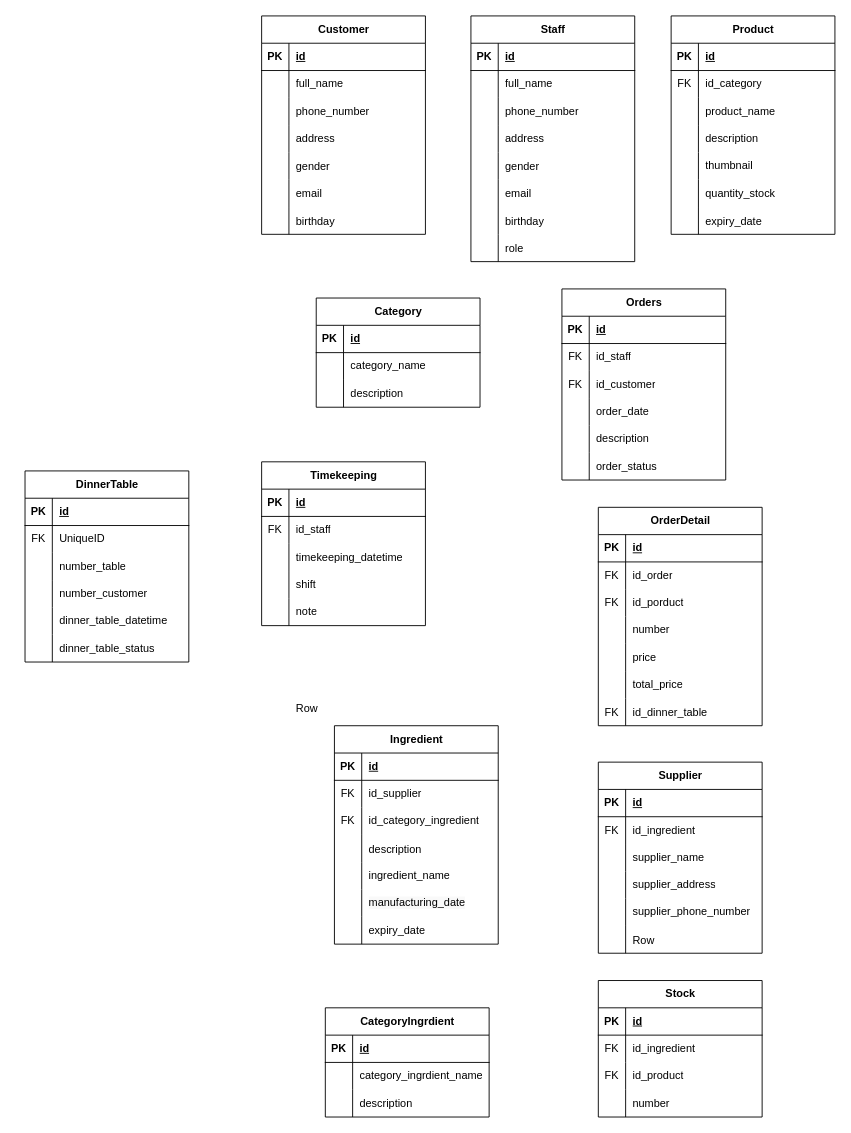
Above: ShopCoffee.drawio in Anhcoder2005/shopcoffee (draw.io), before the change. Source tidied: cells renumbered, new cells numbered last; positions are measured from the earlier drawing's top-left corner, leaving out a move shared by most shapes. Both pictures are drawn from the tidied source at 91%, with x=0, y=0 at pixel (25, 15).
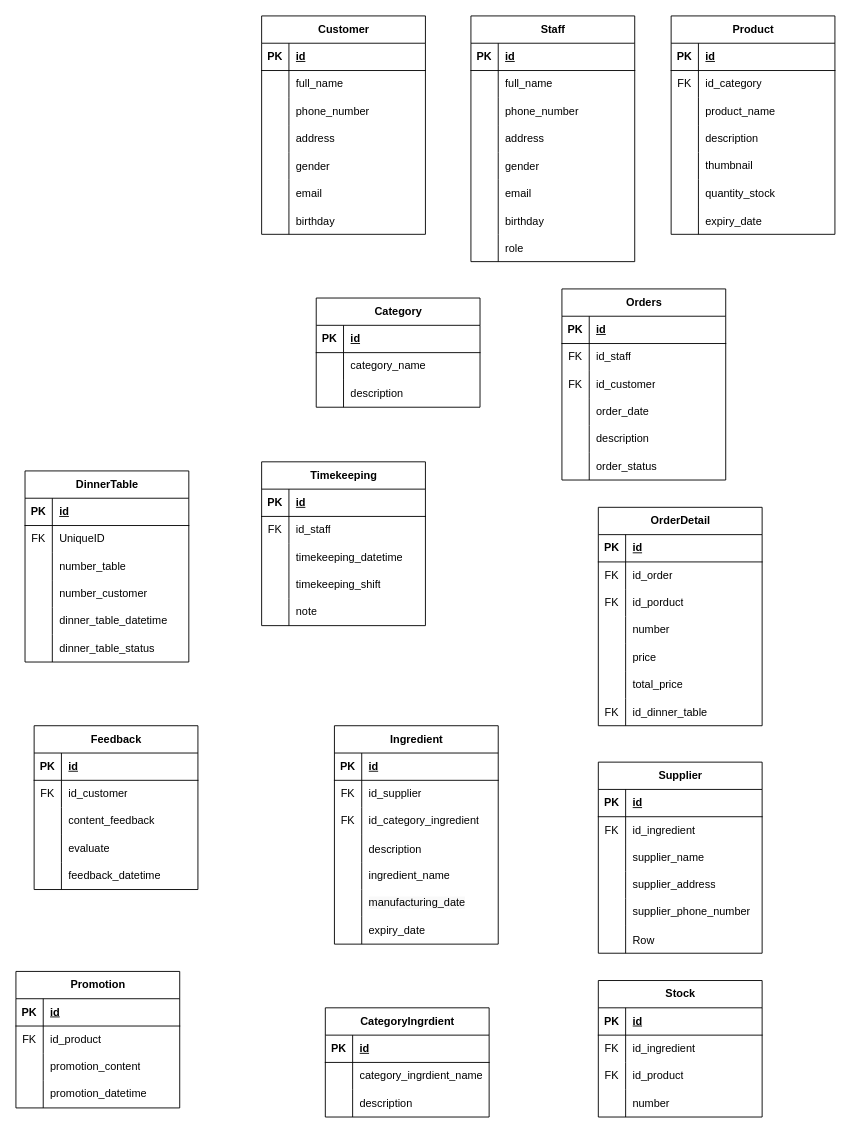
The same page after the edit.

Unchanged cells that the change refers to:
```xml
<mxCell id="200" style="shape=tableRow;horizontal=0;startSize=0;swimlaneHead=0;swimlaneBody=0;fillColor=none;top=0;left=0;right=0;bottom=0;" parent="190" vertex="1">
  <mxGeometry y="120" width="180" height="30" as="geometry" />
</mxCell>
```

Change to the diagram source:
```diff
@@
-    <mxCell id="49" style="shape=table;startSize=0;childLayout=tableLayout;rowLines=0;fontStyle=0;align=center;strokeColor=none;fillColor=none;whiteSpace=wrap;html=1;" parent="1" vertex="1">
-      <mxGeometry x="260" y="750" width="180" height="20" as="geometry" />
-    </mxCell>
-    <mxCell id="50" style="shape=tableRow;horizontal=0;startSize=0;swimlaneHead=0;swimlaneBody=0;fillColor=none;top=0;left=0;right=0;bottom=0;" parent="49" vertex="1">
-      <mxGeometry width="180" height="20" as="geometry" />
-    </mxCell>
-    <mxCell id="51" style="shape=partialRectangle;fillColor=none;top=0;left=0;bottom=0;right=0;overflow=hidden;" parent="50" vertex="1">
-      <mxGeometry width="30" height="20" as="geometry" />
-    </mxCell>
-    <mxCell id="52" value="Row" style="shape=partialRectangle;fillColor=none;top=0;left=0;bottom=0;right=0;align=left;spacingLeft=6;overflow=hidden;" parent="50" vertex="1">
-      <mxGeometry x="30" width="150" height="20" as="geometry" />
-    </mxCell>
@@
-    <mxCell id="202" value="shift" style="shape=partialRectangle;fillColor=none;top=0;left=0;bottom=0;right=0;align=left;spacingLeft=6;overflow=hidden;whiteSpace=wrap;html=1;" parent="200" vertex="1">
+    <mxCell id="202" value="timekeeping_shift" style="shape=partialRectangle;fillColor=none;top=0;left=0;bottom=0;right=0;align=left;spacingLeft=6;overflow=hidden;whiteSpace=wrap;html=1;" parent="200" vertex="1">
       <mxGeometry x="30" width="150" height="30" as="geometry" />
     </mxCell>
@@
+    <mxCell id="225" value="Feedback" style="shape=table;startSize=30;childLayout=tableLayout;rowLines=0;fontStyle=1;align=center;html=1;" parent="1" vertex="1">
+      <mxGeometry x="10" y="780" width="180" height="180" as="geometry" />
+    </mxCell>
+    <mxCell id="226" style="shape=tableRow;horizontal=0;startSize=0;swimlaneHead=0;swimlaneBody=0;fillColor=none;top=0;left=0;right=0;bottom=1;" parent="225" vertex="1">
+      <mxGeometry y="30" width="180" height="30" as="geometry" />
+    </mxCell>
+    <mxCell id="227" value="PK" style="shape=partialRectangle;fillColor=none;top=0;left=0;bottom=0;right=0;fontStyle=1;overflow=hidden;whiteSpace=wrap;html=1;" parent="226" vertex="1">
+      <mxGeometry width="30" height="30" as="geometry" />
+    </mxCell>
+    <mxCell id="228" value="id" style="shape=partialRectangle;fillColor=none;top=0;left=0;bottom=0;right=0;align=left;spacingLeft=6;fontStyle=5;overflow=hidden;whiteSpace=wrap;html=1;" parent="226" vertex="1">
+      <mxGeometry x="30" width="150" height="30" as="geometry" />
+    </mxCell>
+    <mxCell id="229" style="shape=tableRow;horizontal=0;startSize=0;swimlaneHead=0;swimlaneBody=0;fillColor=none;top=0;left=0;right=0;bottom=0;" parent="225" vertex="1">
+      <mxGeometry y="60" width="180" height="30" as="geometry" />
+    </mxCell>
+    <mxCell id="230" value="FK" style="shape=partialRectangle;fillColor=none;top=0;left=0;bottom=0;right=0;fontStyle=0;overflow=hidden;whiteSpace=wrap;html=1;" parent="229" vertex="1">
+      <mxGeometry width="30" height="30" as="geometry" />
+    </mxCell>
+    <mxCell id="231" value="id_customer" style="shape=partialRectangle;fillColor=none;top=0;left=0;bottom=0;right=0;align=left;spacingLeft=6;fontStyle=0;overflow=hidden;whiteSpace=wrap;html=1;" parent="229" vertex="1">
+      <mxGeometry x="30" width="150" height="30" as="geometry" />
+    </mxCell>
+    <mxCell id="232" style="shape=tableRow;horizontal=0;startSize=0;swimlaneHead=0;swimlaneBody=0;fillColor=none;top=0;left=0;right=0;bottom=0;" parent="225" vertex="1">
+      <mxGeometry y="90" width="180" height="30" as="geometry" />
+    </mxCell>
+    <mxCell id="233" style="shape=partialRectangle;fillColor=none;top=0;left=0;bottom=0;right=0;overflow=hidden;whiteSpace=wrap;html=1;" parent="232" vertex="1">
+      <mxGeometry width="30" height="30" as="geometry" />
+    </mxCell>
+    <mxCell id="234" value="content_feedback" style="shape=partialRectangle;fillColor=none;top=0;left=0;bottom=0;right=0;align=left;spacingLeft=6;overflow=hidden;whiteSpace=wrap;html=1;" parent="232" vertex="1">
+      <mxGeometry x="30" width="150" height="30" as="geometry" />
+    </mxCell>
+    <mxCell id="235" style="shape=tableRow;horizontal=0;startSize=0;swimlaneHead=0;swimlaneBody=0;fillColor=none;top=0;left=0;right=0;bottom=0;" parent="225" vertex="1">
+      <mxGeometry y="120" width="180" height="30" as="geometry" />
+    </mxCell>
+    <mxCell id="236" style="shape=partialRectangle;fillColor=none;top=0;left=0;bottom=0;right=0;overflow=hidden;whiteSpace=wrap;html=1;" parent="235" vertex="1">
+      <mxGeometry width="30" height="30" as="geometry" />
+    </mxCell>
+    <mxCell id="237" value="evaluate" style="shape=partialRectangle;fillColor=none;top=0;left=0;bottom=0;right=0;align=left;spacingLeft=6;overflow=hidden;whiteSpace=wrap;html=1;" parent="235" vertex="1">
+      <mxGeometry x="30" width="150" height="30" as="geometry" />
+    </mxCell>
+    <mxCell id="238" style="shape=tableRow;horizontal=0;startSize=0;swimlaneHead=0;swimlaneBody=0;fillColor=none;top=0;left=0;right=0;bottom=0;" parent="225" vertex="1">
+      <mxGeometry y="150" width="180" height="30" as="geometry" />
+    </mxCell>
+    <mxCell id="239" style="shape=partialRectangle;fillColor=none;top=0;left=0;bottom=0;right=0;overflow=hidden;whiteSpace=wrap;html=1;" parent="238" vertex="1">
+      <mxGeometry width="30" height="30" as="geometry" />
+    </mxCell>
+    <mxCell id="240" value="feedback_datetime" style="shape=partialRectangle;fillColor=none;top=0;left=0;bottom=0;right=0;align=left;spacingLeft=6;overflow=hidden;whiteSpace=wrap;html=1;" parent="238" vertex="1">
+      <mxGeometry x="30" width="150" height="30" as="geometry" />
+    </mxCell>
+    <mxCell id="241" value="Promotion" style="shape=table;startSize=30;childLayout=tableLayout;rowLines=0;fontStyle=1;align=center;html=1;" parent="1" vertex="1">
+      <mxGeometry x="-10" y="1050" width="180" height="150" as="geometry" />
+    </mxCell>
+    <mxCell id="242" style="shape=tableRow;horizontal=0;startSize=0;swimlaneHead=0;swimlaneBody=0;fillColor=none;top=0;left=0;right=0;bottom=1;" parent="241" vertex="1">
+      <mxGeometry y="30" width="180" height="30" as="geometry" />
+    </mxCell>
+    <mxCell id="243" value="PK" style="shape=partialRectangle;fillColor=none;top=0;left=0;bottom=0;right=0;fontStyle=1;overflow=hidden;whiteSpace=wrap;html=1;" parent="242" vertex="1">
+      <mxGeometry width="30" height="30" as="geometry" />
+    </mxCell>
+    <mxCell id="244" value="id" style="shape=partialRectangle;fillColor=none;top=0;left=0;bottom=0;right=0;align=left;spacingLeft=6;fontStyle=5;overflow=hidden;whiteSpace=wrap;html=1;" parent="242" vertex="1">
+      <mxGeometry x="30" width="150" height="30" as="geometry" />
+    </mxCell>
+    <mxCell id="245" style="shape=tableRow;horizontal=0;startSize=0;swimlaneHead=0;swimlaneBody=0;fillColor=none;top=0;left=0;right=0;bottom=0;" parent="241" vertex="1">
+      <mxGeometry y="60" width="180" height="30" as="geometry" />
+    </mxCell>
+    <mxCell id="246" value="FK" style="shape=partialRectangle;fillColor=none;top=0;left=0;bottom=0;right=0;fontStyle=0;overflow=hidden;whiteSpace=wrap;html=1;" parent="245" vertex="1">
+      <mxGeometry width="30" height="30" as="geometry" />
+    </mxCell>
+    <mxCell id="247" value="id_product" style="shape=partialRectangle;fillColor=none;top=0;left=0;bottom=0;right=0;align=left;spacingLeft=6;fontStyle=0;overflow=hidden;whiteSpace=wrap;html=1;" parent="245" vertex="1">
+      <mxGeometry x="30" width="150" height="30" as="geometry" />
+    </mxCell>
+    <mxCell id="248" style="shape=tableRow;horizontal=0;startSize=0;swimlaneHead=0;swimlaneBody=0;fillColor=none;top=0;left=0;right=0;bottom=0;" parent="241" vertex="1">
+      <mxGeometry y="90" width="180" height="30" as="geometry" />
+    </mxCell>
+    <mxCell id="249" style="shape=partialRectangle;fillColor=none;top=0;left=0;bottom=0;right=0;overflow=hidden;whiteSpace=wrap;html=1;" parent="248" vertex="1">
+      <mxGeometry width="30" height="30" as="geometry" />
+    </mxCell>
+    <mxCell id="250" value="promotion_content" style="shape=partialRectangle;fillColor=none;top=0;left=0;bottom=0;right=0;align=left;spacingLeft=6;overflow=hidden;whiteSpace=wrap;html=1;" parent="248" vertex="1">
+      <mxGeometry x="30" width="150" height="30" as="geometry" />
+    </mxCell>
+    <mxCell id="251" style="shape=tableRow;horizontal=0;startSize=0;swimlaneHead=0;swimlaneBody=0;fillColor=none;top=0;left=0;right=0;bottom=0;" parent="241" vertex="1">
+      <mxGeometry y="120" width="180" height="30" as="geometry" />
+    </mxCell>
+    <mxCell id="252" style="shape=partialRectangle;fillColor=none;top=0;left=0;bottom=0;right=0;overflow=hidden;whiteSpace=wrap;html=1;" parent="251" vertex="1">
+      <mxGeometry width="30" height="30" as="geometry" />
+    </mxCell>
+    <mxCell id="253" value="promotion_datetime" style="shape=partialRectangle;fillColor=none;top=0;left=0;bottom=0;right=0;align=left;spacingLeft=6;overflow=hidden;whiteSpace=wrap;html=1;" parent="251" vertex="1">
+      <mxGeometry x="30" width="150" height="30" as="geometry" />
+    </mxCell>
```
